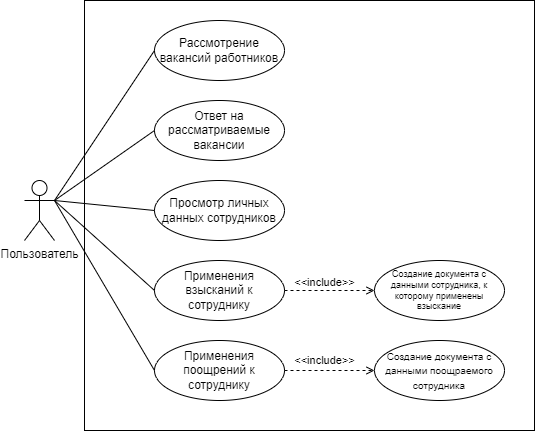
Above: WorkSpace/ДВИ.png in AntipkinD/HRD (draw.io), before the change. Source tidied: cells renumbered, new cells last; positions are measured from the earlier drawing's top-left corner, leaving out a move shared by most shapes.
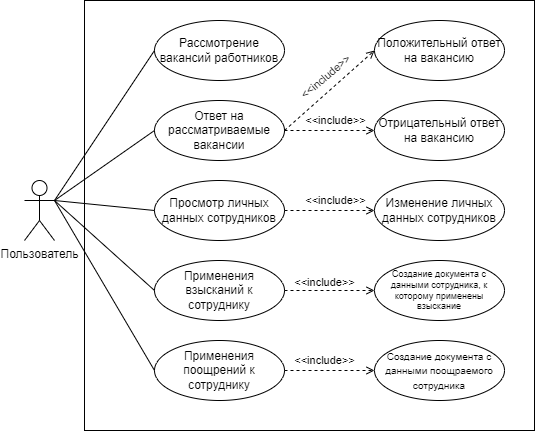
After the commit.

Change to the diagram source:
```diff
@@ -60,5 +60,38 @@
     <mxCell id="19" style="endArrow=none;html=1;rounded=0;entryX=1;entryY=0.3333333333333333;entryDx=0;entryDy=0;entryPerimeter=0;exitX=0;exitY=0.5;exitDx=0;exitDy=0;" parent="1" edge="1" source="4" target="3">
       <mxGeometry relative="1" as="geometry" />
     </mxCell>
+    <mxCell id="20" value="&lt;font style=&quot;font-size: 12px;&quot;&gt;Положительный ответ на вакансию&lt;/font&gt;" style="ellipse;whiteSpace=wrap;html=1;fontSize=9;" parent="1" vertex="1">
+      <mxGeometry x="350" y="20" width="130" height="60" as="geometry" />
+    </mxCell>
+    <mxCell id="21" style="endArrow=open;html=1;rounded=0;endFill=0;entryX=0;entryY=0.5;entryDx=0;entryDy=0;exitX=1;exitY=0.5;exitDx=0;exitDy=0;dashed=1;" parent="1" edge="1" source="5" target="20">
+      <mxGeometry relative="1" as="geometry" />
+    </mxCell>
+    <mxCell id="22" value="&amp;lt;&amp;lt;include&amp;gt;&amp;gt;" style="edgeLabel;html=1;align=center;verticalAlign=middle;rotation=-40;" parent="21" vertex="1">
+      <mxGeometry x="0.31" y="2" relative="1" as="geometry">
+        <mxPoint x="-17" as="offset" />
+      </mxGeometry>
+    </mxCell>
+    <mxCell id="23" value="&lt;font style=&quot;font-size: 12px;&quot;&gt;Отрицательный ответ на вакансию&lt;/font&gt;" style="ellipse;whiteSpace=wrap;html=1;fontSize=9;" parent="1" vertex="1">
+      <mxGeometry x="350" y="100" width="130" height="60" as="geometry" />
+    </mxCell>
+    <mxCell id="24" style="endArrow=open;html=1;rounded=0;endFill=0;entryX=0;entryY=0.5;entryDx=0;entryDy=0;exitX=1;exitY=0.5;exitDx=0;exitDy=0;dashed=1;" parent="1" edge="1" source="5" target="23">
+      <mxGeometry relative="1" as="geometry" />
+    </mxCell>
+    <mxCell id="25" value="&amp;lt;&amp;lt;include&amp;gt;&amp;gt;" style="edgeLabel;html=1;align=center;verticalAlign=middle;rotation=0;" parent="24" vertex="1">
+      <mxGeometry x="0.31" y="2" relative="1" as="geometry">
+        <mxPoint x="-9" y="-8" as="offset" />
+      </mxGeometry>
+    </mxCell>
+    <mxCell id="26" style="endArrow=open;html=1;rounded=0;endFill=0;entryX=0;entryY=0.5;entryDx=0;entryDy=0;exitX=1;exitY=0.5;exitDx=0;exitDy=0;dashed=1;" parent="1" edge="1" source="6" target="28">
+      <mxGeometry relative="1" as="geometry" />
+    </mxCell>
+    <mxCell id="27" value="&amp;lt;&amp;lt;include&amp;gt;&amp;gt;" style="edgeLabel;html=1;align=center;verticalAlign=middle;rotation=0;" parent="26" vertex="1">
+      <mxGeometry x="0.31" y="2" relative="1" as="geometry">
+        <mxPoint x="-9" y="-8" as="offset" />
+      </mxGeometry>
+    </mxCell>
+    <mxCell id="28" value="&lt;font style=&quot;font-size: 12px;&quot;&gt;Изменение личных данных сотрудников&lt;/font&gt;" style="ellipse;whiteSpace=wrap;html=1;fontSize=9;" parent="1" vertex="1">
+      <mxGeometry x="350" y="180" width="130" height="60" as="geometry" />
+    </mxCell>
   </root>
 </mxGraphModel>
```
